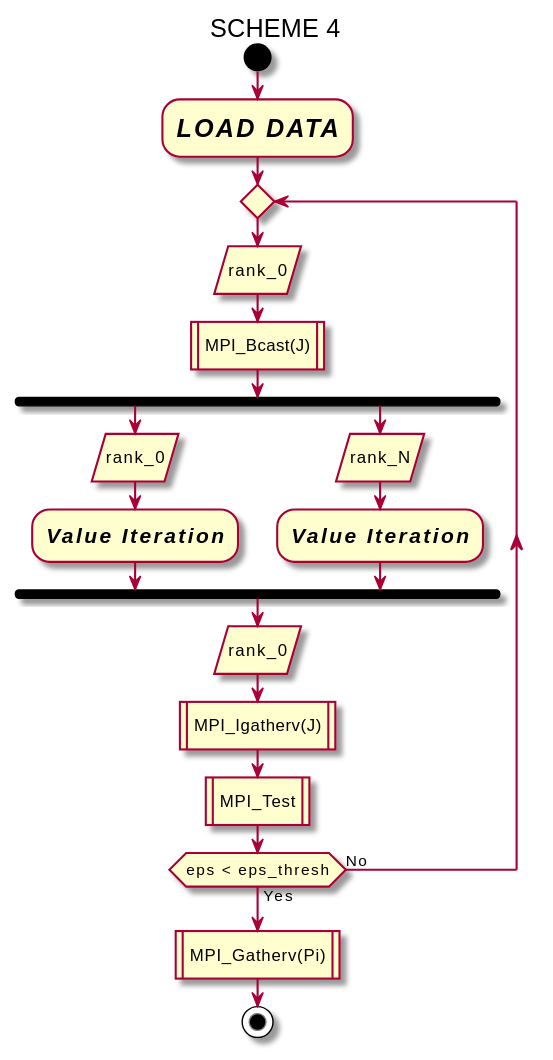
The PlantUML diagram out/src/scheme4/scheme4.svg in hashkode/hpcfmi-mpivi, before a commit.
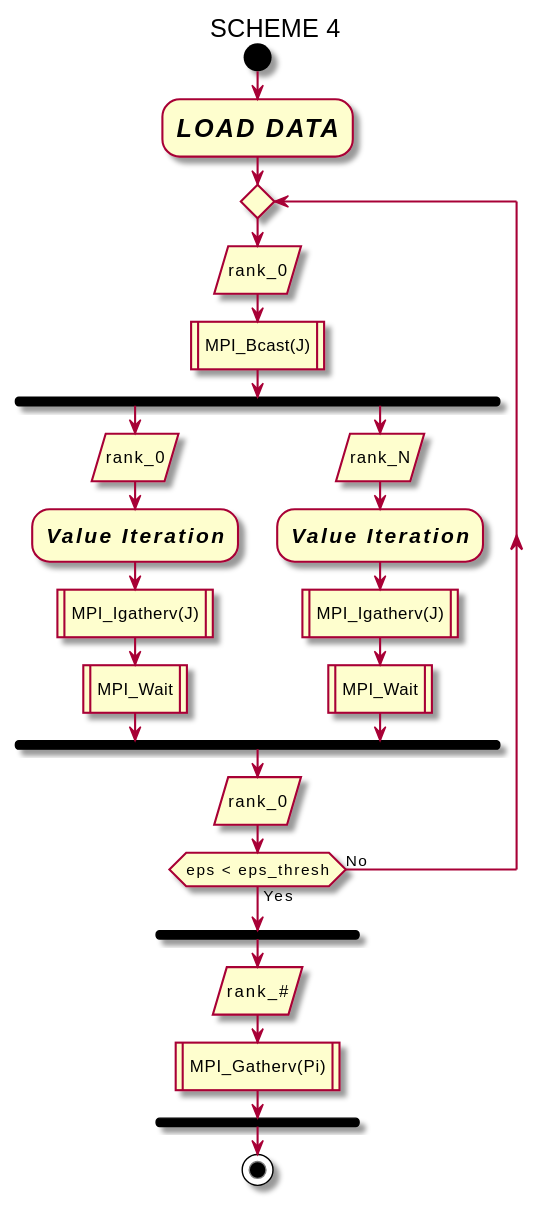
After the commit.

Change to the diagram source:
```diff
@@ -8,16 +8,20 @@
 fork
     :rank_0/
 :<size:15><i><b>Value Iteration</b></i></size>;
+:MPI_Igatherv(J)|
+:MPI_Wait|
 fork again
     :rank_N/
 :<size:15><i><b>Value Iteration</b></i></size>;
+:MPI_Igatherv(J)|
+:MPI_Wait|
 end fork
 :rank_0/
-:MPI_Igatherv(J)|
-:MPI_Test|
 repeat while (eps < eps_thresh) is (No) not (Yes)
+fork
+:rank_#/
 :MPI_Gatherv(Pi)|
-
+end fork
 stop
 
 @enduml
```
